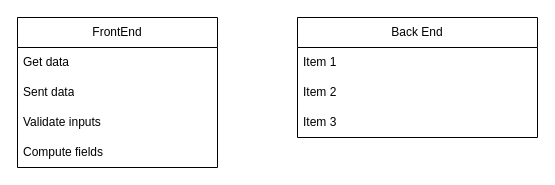
This is page "Página-2" (2 of 2) of Untitled Diagram.drawio from hernandoh-dev/ArchSnippets, a draw.io file, before an edit. Source tidied: cells renumbered, new cells numbered last; positions are measured from the earlier drawing's top-left corner, leaving out a move shared by most shapes. Both pictures are drawn from the tidied source at 100%, with x=0, y=0 at pixel (17, 17).
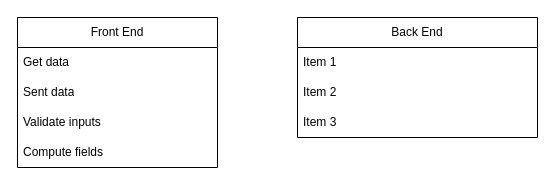
Above is the later version.

Diff of the diagram source:
```diff
@@
 <mxGraphModel>
   <root>
     <mxCell id="0" />
     <mxCell id="1" parent="0" />
-    <mxCell id="2" value="FrontEnd" style="swimlane;fontStyle=0;horizontal=1;startSize=30;whiteSpace=wrap;html=1;" parent="1" vertex="1">
+    <mxCell id="2" value="Front End" style="swimlane;fontStyle=0;horizontal=1;startSize=30;whiteSpace=wrap;html=1;" parent="1" vertex="1">
       <mxGeometry width="200" height="150" as="geometry" />
     </mxCell>
     <mxCell id="3" value="Get data" style="text;strokeColor=none;fillColor=none;align=left;verticalAlign=middle;spacingLeft=4;spacingRight=4;overflow=hidden;whiteSpace=wrap;html=1;" parent="2" vertex="1">
       <mxGeometry y="30" width="200" height="30" as="geometry" />
     </mxCell>
     <mxCell id="4" value="Sent data" style="text;strokeColor=none;fillColor=none;align=left;verticalAlign=middle;spacingLeft=4;spacingRight=4;overflow=hidden;whiteSpace=wrap;html=1;" parent="2" vertex="1">
       <mxGeometry y="60" width="200" height="30" as="geometry" />
     </mxCell>
     <mxCell id="5" value="Validate inputs" style="text;strokeColor=none;fillColor=none;align=left;verticalAlign=middle;spacingLeft=4;spacingRight=4;overflow=hidden;whiteSpace=wrap;html=1;" parent="2" vertex="1">
       <mxGeometry y="90" width="200" height="30" as="geometry" />
     </mxCell>
     <mxCell id="6" value="Compute fields" style="text;strokeColor=none;fillColor=none;align=left;verticalAlign=middle;spacingLeft=4;spacingRight=4;overflow=hidden;whiteSpace=wrap;html=1;" parent="2" vertex="1">
       <mxGeometry y="120" width="200" height="30" as="geometry" />
     </mxCell>
     <mxCell id="7" value="Back End" style="swimlane;fontStyle=0;horizontal=1;startSize=30;whiteSpace=wrap;html=1;" parent="1" vertex="1">
       <mxGeometry x="280" width="240" height="120" as="geometry" />
     </mxCell>
     <mxCell id="8" value="Item 1" style="text;strokeColor=none;fillColor=none;align=left;verticalAlign=middle;spacingLeft=4;spacingRight=4;overflow=hidden;whiteSpace=wrap;html=1;" parent="7" vertex="1">
       <mxGeometry y="30" width="240" height="30" as="geometry" />
     </mxCell>
     <mxCell id="9" value="Item 2" style="text;strokeColor=none;fillColor=none;align=left;verticalAlign=middle;spacingLeft=4;spacingRight=4;overflow=hidden;whiteSpace=wrap;html=1;" parent="7" vertex="1">
       <mxGeometry y="60" width="240" height="30" as="geometry" />
     </mxCell>
     <mxCell id="10" value="Item 3" style="text;strokeColor=none;fillColor=none;align=left;verticalAlign=middle;spacingLeft=4;spacingRight=4;overflow=hidden;whiteSpace=wrap;html=1;" parent="7" vertex="1">
       <mxGeometry y="90" width="240" height="30" as="geometry" />
     </mxCell>
   </root>
 </mxGraphModel>
```
